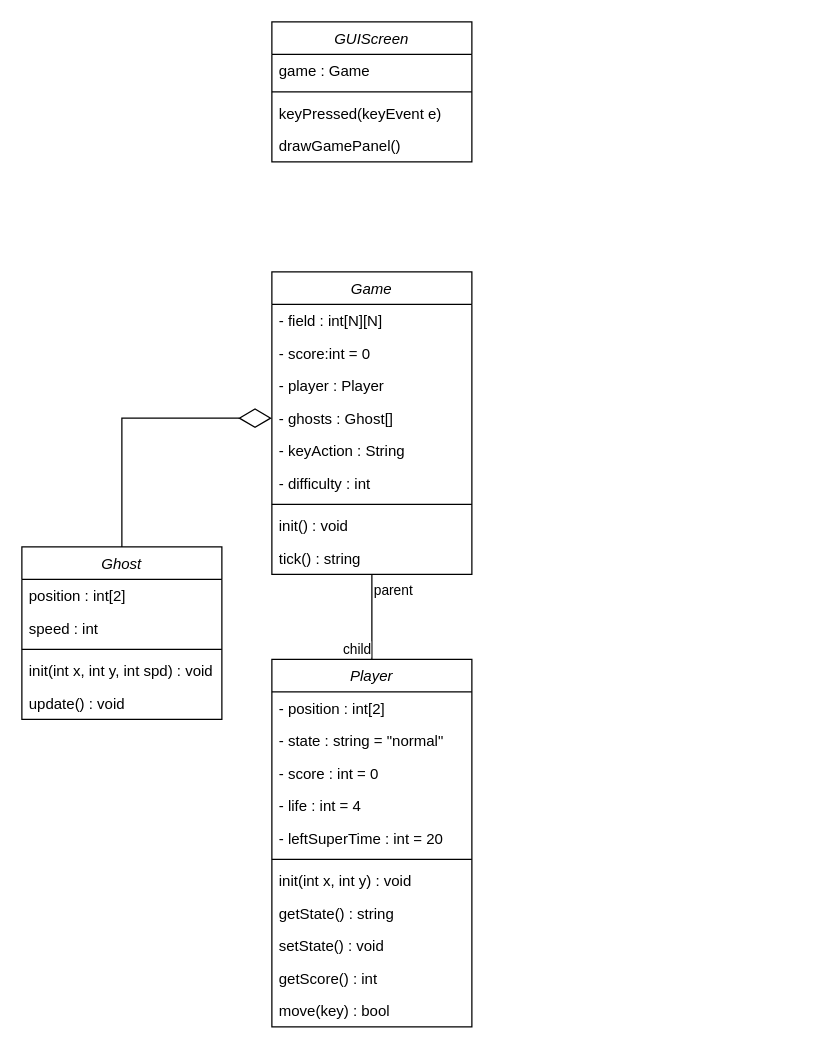
Above: 名称未設定ファイル.drawio in tayutayufk/Highfeld (draw.io), before the change. Source tidied: cells renumbered, new cells numbered last; positions are measured from the earlier drawing's top-left corner, leaving out a move shared by most shapes. Both pictures are drawn from the tidied source at 125%, with x=0, y=0 at pixel (21, 21).
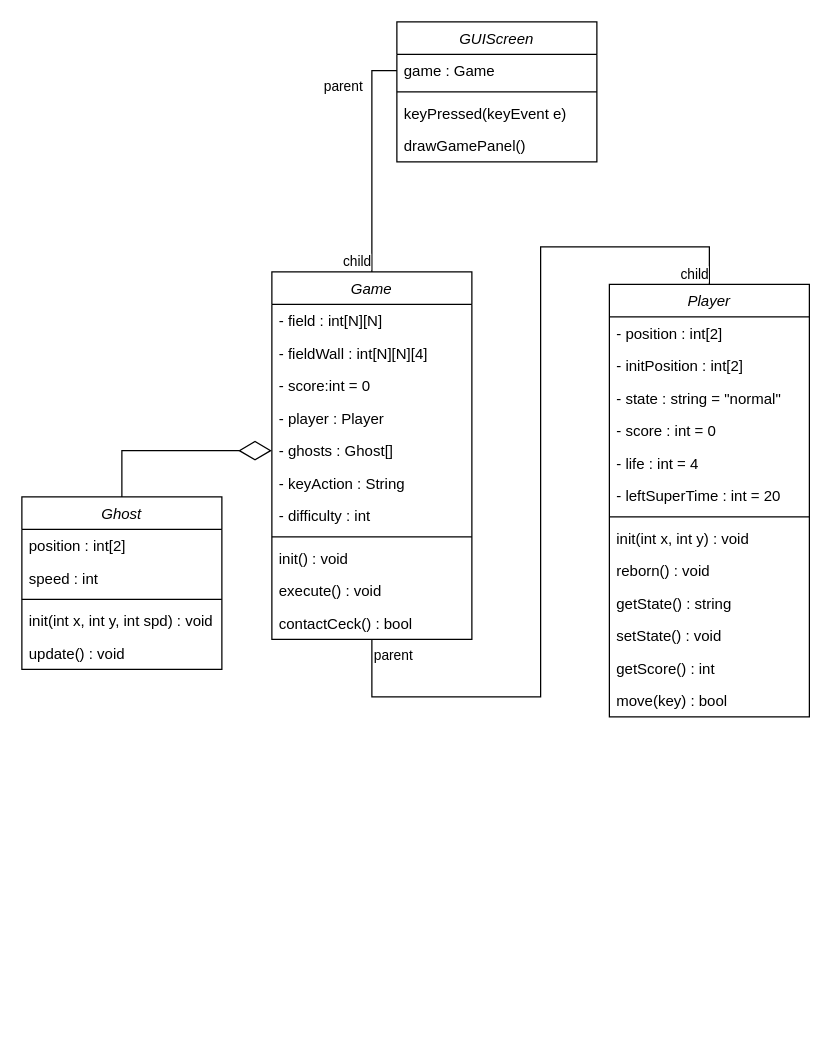
The same diagram, later.

Commit message (it also covers changes not shown here):
名称未設定ファイル.drawio を更新します

Unchanged cells that the change refers to:
```xml
<mxCell id="31" value="game : Game" style="text;align=left;verticalAlign=top;spacingLeft=4;spacingRight=4;overflow=hidden;points=[[0,0.5],[1,0.5]];portConstraint=eastwest;" parent="30" vertex="1">
  <mxGeometry y="26" width="160" height="26" as="geometry" />
</mxCell>
```

Diff of the diagram source:
```diff
@@
     <mxCell id="2" value="Game" style="swimlane;fontStyle=2;align=center;verticalAlign=top;horizontal=1;startSize=26;rounded=0;shadow=0;strokeWidth=1;" parent="1" vertex="1">
-      <mxGeometry x="200" y="200" width="160" height="242" as="geometry" />
+      <mxGeometry x="200" y="200" width="160" height="294" as="geometry" />
     </mxCell>
@@
+    <mxCell id="39" value="- fieldWall : int[N][N][4]" style="text;align=left;verticalAlign=top;spacingLeft=4;spacingRight=4;overflow=hidden;" parent="2" vertex="1">
+      <mxGeometry y="52" width="160" height="26" as="geometry" />
+    </mxCell>
     <mxCell id="4" value="- score:int = 0" style="text;align=left;verticalAlign=top;spacingLeft=4;spacingRight=4;overflow=hidden;" parent="2" vertex="1">
-      <mxGeometry y="52" width="160" height="26" as="geometry" />
+      <mxGeometry y="78" width="160" height="26" as="geometry" />
     </mxCell>
     <mxCell id="5" value="- player : Player" style="text;align=left;verticalAlign=top;spacingLeft=4;spacingRight=4;overflow=hidden;rounded=0;shadow=0;html=0;" parent="2" vertex="1">
-      <mxGeometry y="78" width="160" height="26" as="geometry" />
+      <mxGeometry y="104" width="160" height="26" as="geometry" />
     </mxCell>
     <mxCell id="6" value="- ghosts : Ghost[]" style="text;align=left;verticalAlign=top;spacingLeft=4;spacingRight=4;overflow=hidden;points=[[0,0.5],[1,0.5]];portConstraint=eastwest;rounded=0;shadow=0;html=0;" parent="2" vertex="1">
-      <mxGeometry y="104" width="160" height="26" as="geometry" />
+      <mxGeometry y="130" width="160" height="26" as="geometry" />
     </mxCell>
     <mxCell id="7" value="- keyAction : String" style="text;align=left;verticalAlign=top;spacingLeft=4;spacingRight=4;overflow=hidden;rounded=0;shadow=0;html=0;" parent="2" vertex="1">
-      <mxGeometry y="130" width="160" height="26" as="geometry" />
+      <mxGeometry y="156" width="160" height="26" as="geometry" />
     </mxCell>
     <mxCell id="8" value="- difficulty : int" style="text;align=left;verticalAlign=top;spacingLeft=4;spacingRight=4;overflow=hidden;rounded=0;shadow=0;html=0;" parent="2" vertex="1">
-      <mxGeometry y="156" width="160" height="26" as="geometry" />
+      <mxGeometry y="182" width="160" height="26" as="geometry" />
     </mxCell>
     <mxCell id="9" style="line;html=1;strokeWidth=1;align=left;verticalAlign=middle;spacingTop=-1;spacingLeft=3;spacingRight=3;labelPosition=right;" parent="2" vertex="1">
-      <mxGeometry y="182" width="160" height="8" as="geometry" />
+      <mxGeometry y="208" width="160" height="8" as="geometry" />
     </mxCell>
     <mxCell id="10" value="init() : void" style="text;align=left;verticalAlign=top;spacingLeft=4;spacingRight=4;overflow=hidden;" parent="2" vertex="1">
-      <mxGeometry y="190" width="160" height="26" as="geometry" />
+      <mxGeometry y="216" width="160" height="26" as="geometry" />
     </mxCell>
+    <mxCell id="40" value="execute() : void" style="text;align=left;verticalAlign=top;spacingLeft=4;spacingRight=4;overflow=hidden;" parent="2" vertex="1">
+      <mxGeometry y="242" width="160" height="26" as="geometry" />
+    </mxCell>
-    <mxCell id="11" value="tick() : string" style="text;align=left;verticalAlign=top;spacingLeft=4;spacingRight=4;overflow=hidden;" parent="2" vertex="1">
-      <mxGeometry y="216" width="160" height="26" as="geometry" />
+    <mxCell id="11" value="contactCeck() : bool" style="text;align=left;verticalAlign=top;spacingLeft=4;spacingRight=4;overflow=hidden;" parent="2" vertex="1">
+      <mxGeometry y="268" width="160" height="26" as="geometry" />
     </mxCell>
     <mxCell id="12" value="Player" style="swimlane;fontStyle=2;align=center;verticalAlign=top;horizontal=1;startSize=26;rounded=0;shadow=0;strokeWidth=1;" parent="1" vertex="1">
-      <mxGeometry x="200" y="510" width="160" height="294" as="geometry" />
+      <mxGeometry x="470" y="210" width="160" height="346" as="geometry" />
     </mxCell>
@@
+    <mxCell id="41" value="- initPosition : int[2] " style="text;align=left;verticalAlign=top;spacingLeft=4;spacingRight=4;overflow=hidden;" parent="12" vertex="1">
+      <mxGeometry y="52" width="160" height="26" as="geometry" />
+    </mxCell>
     <mxCell id="14" value="- state : string = &quot;normal&quot;" style="text;align=left;verticalAlign=top;spacingLeft=4;spacingRight=4;overflow=hidden;rounded=0;shadow=0;html=0;" parent="12" vertex="1">
-      <mxGeometry y="52" width="160" height="26" as="geometry" />
+      <mxGeometry y="78" width="160" height="26" as="geometry" />
     </mxCell>
     <mxCell id="15" value="- score : int = 0" style="text;align=left;verticalAlign=top;spacingLeft=4;spacingRight=4;overflow=hidden;rounded=0;shadow=0;html=0;" parent="12" vertex="1">
-      <mxGeometry y="78" width="160" height="26" as="geometry" />
+      <mxGeometry y="104" width="160" height="26" as="geometry" />
     </mxCell>
     <mxCell id="16" value="- life : int = 4" style="text;align=left;verticalAlign=top;spacingLeft=4;spacingRight=4;overflow=hidden;rounded=0;shadow=0;html=0;" parent="12" vertex="1">
-      <mxGeometry y="104" width="160" height="26" as="geometry" />
+      <mxGeometry y="130" width="160" height="26" as="geometry" />
     </mxCell>
     <mxCell id="17" value="- leftSuperTime : int = 20" style="text;align=left;verticalAlign=top;spacingLeft=4;spacingRight=4;overflow=hidden;rounded=0;shadow=0;html=0;" parent="12" vertex="1">
-      <mxGeometry y="130" width="160" height="26" as="geometry" />
+      <mxGeometry y="156" width="160" height="26" as="geometry" />
     </mxCell>
     <mxCell id="18" style="line;html=1;strokeWidth=1;align=left;verticalAlign=middle;spacingTop=-1;spacingLeft=3;spacingRight=3;labelPosition=right;" parent="12" vertex="1">
-      <mxGeometry y="156" width="160" height="8" as="geometry" />
+      <mxGeometry y="182" width="160" height="8" as="geometry" />
     </mxCell>
+    <mxCell id="42" value="init(int x, int y) : void" style="text;align=left;verticalAlign=top;spacingLeft=4;spacingRight=4;overflow=hidden;" parent="12" vertex="1">
+      <mxGeometry y="190" width="160" height="26" as="geometry" />
+    </mxCell>
-    <mxCell id="19" value="init(int x, int y) : void" style="text;align=left;verticalAlign=top;spacingLeft=4;spacingRight=4;overflow=hidden;" parent="12" vertex="1">
-      <mxGeometry y="164" width="160" height="26" as="geometry" />
+    <mxCell id="19" value="reborn() : void" style="text;align=left;verticalAlign=top;spacingLeft=4;spacingRight=4;overflow=hidden;" parent="12" vertex="1">
+      <mxGeometry y="216" width="160" height="26" as="geometry" />
     </mxCell>
     <mxCell id="20" value="getState() : string" style="text;align=left;verticalAlign=top;spacingLeft=4;spacingRight=4;overflow=hidden;" parent="12" vertex="1">
-      <mxGeometry y="190" width="160" height="26" as="geometry" />
+      <mxGeometry y="242" width="160" height="26" as="geometry" />
     </mxCell>
     <mxCell id="21" value="setState() : void" style="text;align=left;verticalAlign=top;spacingLeft=4;spacingRight=4;overflow=hidden;" parent="12" vertex="1">
-      <mxGeometry y="216" width="160" height="26" as="geometry" />
+      <mxGeometry y="268" width="160" height="26" as="geometry" />
     </mxCell>
     <mxCell id="22" value="getScore() : int" style="text;align=left;verticalAlign=top;spacingLeft=4;spacingRight=4;overflow=hidden;" parent="12" vertex="1">
-      <mxGeometry y="242" width="160" height="26" as="geometry" />
+      <mxGeometry y="294" width="160" height="26" as="geometry" />
     </mxCell>
     <mxCell id="23" value="move(key) : bool" style="text;align=left;verticalAlign=top;spacingLeft=4;spacingRight=4;overflow=hidden;" parent="12" vertex="1">
-      <mxGeometry y="268" width="160" height="26" as="geometry" />
+      <mxGeometry y="320" width="160" height="26" as="geometry" />
     </mxCell>
     <mxCell id="24" value="Ghost" style="swimlane;fontStyle=2;align=center;verticalAlign=top;horizontal=1;startSize=26;rounded=0;shadow=0;strokeWidth=1;" parent="1" vertex="1">
-      <mxGeometry y="420" width="160" height="138" as="geometry" />
+      <mxGeometry y="380" width="160" height="138" as="geometry" />
     </mxCell>
@@
     <mxCell id="30" value="GUIScreen" style="swimlane;fontStyle=2;align=center;verticalAlign=top;horizontal=1;startSize=26;rounded=0;shadow=0;strokeWidth=1;" parent="1" vertex="1">
-      <mxGeometry x="200" width="160" height="112" as="geometry" />
+      <mxGeometry x="300" width="160" height="112" as="geometry" />
     </mxCell>
@@
     <mxCell id="35" style="endArrow=none;html=1;edgeStyle=orthogonalEdgeStyle;rounded=0;exitX=0.5;exitY=1;exitDx=0;exitDy=0;entryX=0.5;entryY=0;entryDx=0;entryDy=0;" parent="1" edge="1" source="2" target="12">
-      <mxGeometry relative="1" as="geometry" />
+      <mxGeometry relative="1" as="geometry">
+        <Array as="points">
+          <mxPoint x="280" y="540" />
+          <mxPoint x="415" y="540" />
+          <mxPoint x="415" y="180" />
+          <mxPoint x="550" y="180" />
+        </Array>
+      </mxGeometry>
     </mxCell>
@@
     <mxCell id="38" style="endArrow=diamondThin;endFill=0;endSize=24;html=1;rounded=0;exitX=0.5;exitY=0;exitDx=0;exitDy=0;entryX=0;entryY=0.5;entryDx=0;entryDy=0;" parent="1" edge="1" source="24" target="6">
       <mxGeometry relative="1" as="geometry">
         <Array as="points">
-          <mxPoint x="80" y="317" />
+          <mxPoint x="80" y="343" />
         </Array>
       </mxGeometry>
     </mxCell>
+    <mxCell id="43" style="endArrow=none;html=1;edgeStyle=orthogonalEdgeStyle;rounded=0;entryX=0.5;entryY=0;entryDx=0;entryDy=0;" parent="1" edge="1" source="31" target="2">
+      <mxGeometry relative="1" as="geometry" />
+    </mxCell>
+    <mxCell id="44" value="parent" style="edgeLabel;html=1;align=left;verticalAlign=bottom;" parent="43" vertex="1">
+      <mxGeometry x="-1" relative="1" as="geometry">
+        <mxPoint x="-60" y="21" as="offset" />
+      </mxGeometry>
+    </mxCell>
+    <mxCell id="45" value="child" style="edgeLabel;html=1;align=right;verticalAlign=bottom;" parent="43" vertex="1">
+      <mxGeometry x="1" relative="1" as="geometry" />
+    </mxCell>
```
